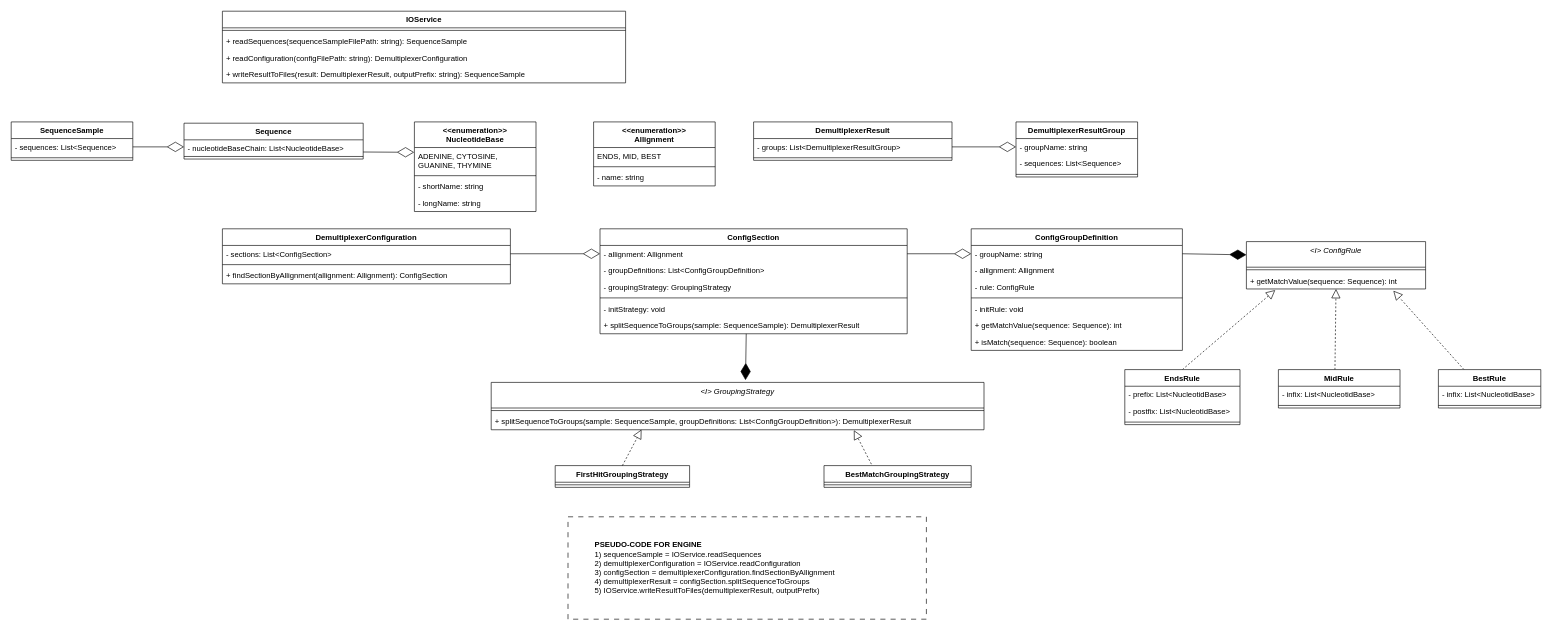
bodroghykristof/omixon-demultiplexer keeps this draw.io diagram as uml.drawio. Above is the earlier version. Source tidied: cells renumbered, new cells numbered last; positions are measured from the earlier drawing's top-left corner, leaving out a move shared by most shapes. Both pictures are drawn from the tidied source at 64%, with x=0, y=0 at pixel (11, 11).
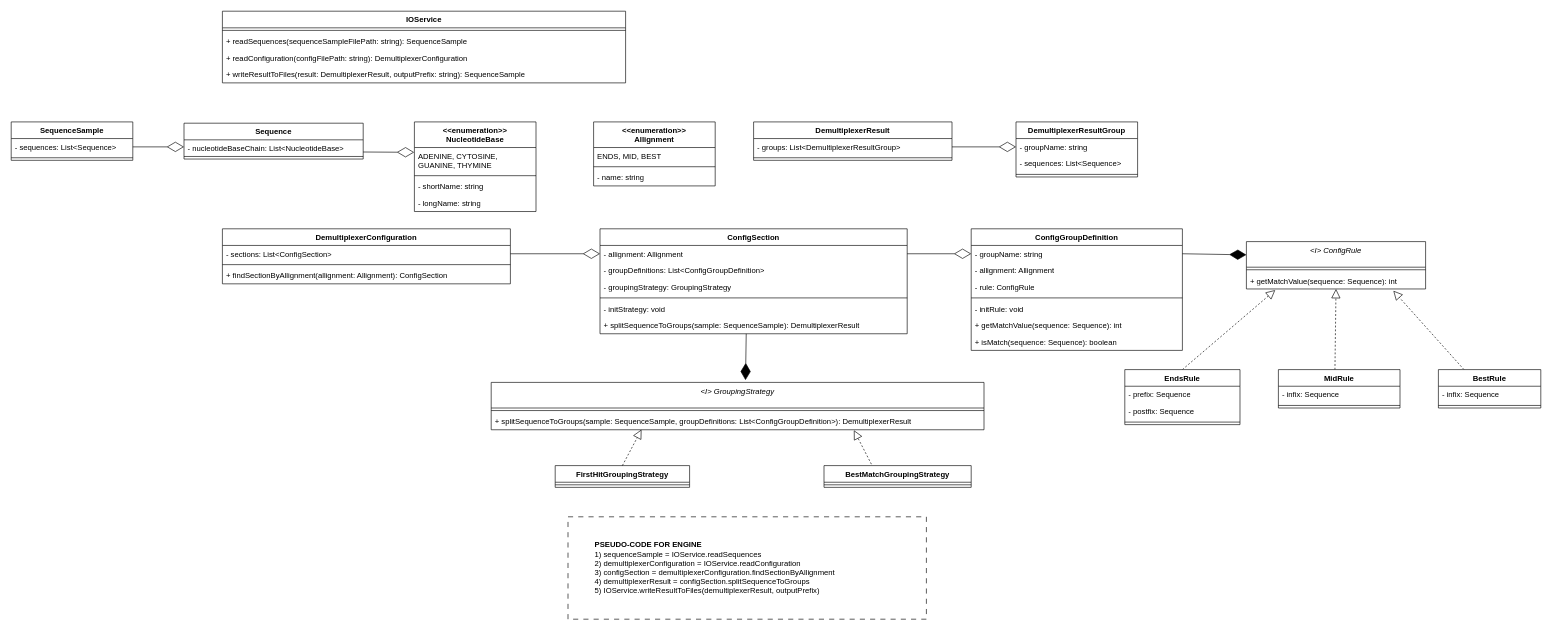
After the change.

Unchanged cells that the change refers to:
```xml
<mxCell id="64" value="&lt;span style=&quot;text-align: left;&quot;&gt;EndsRule&lt;/span&gt;" style="swimlane;fontStyle=1;align=center;verticalAlign=top;horizontal=1;startSize=26;whiteSpace=wrap;html=1;" parent="1" vertex="1">
  <mxGeometry x="1740" y="560" width="180" height="86" as="geometry" />
</mxCell>
<mxCell id="68" value="&lt;span style=&quot;text-align: left;&quot;&gt;MidRule&lt;/span&gt;" style="swimlane;fontStyle=1;align=center;verticalAlign=top;horizontal=1;startSize=26;whiteSpace=wrap;html=1;" parent="1" vertex="1">
  <mxGeometry x="1980" y="560" width="190" height="60" as="geometry" />
</mxCell>
<mxCell id="71" value="&lt;span style=&quot;text-align: left;&quot;&gt;BestRule&lt;/span&gt;" style="swimlane;fontStyle=1;align=center;verticalAlign=top;horizontal=1;startSize=26;whiteSpace=wrap;html=1;" parent="1" vertex="1">
  <mxGeometry x="2230" y="560" width="160" height="60" as="geometry" />
</mxCell>
```

What changed in the source:
```diff
@@
-    <mxCell id="65" value="- prefix: List&amp;lt;NucleotidBase&amp;gt;" style="text;strokeColor=none;fillColor=none;align=left;verticalAlign=top;spacingLeft=4;spacingRight=4;overflow=hidden;whiteSpace=wrap;html=1;" parent="64" vertex="1">
+    <mxCell id="65" value="- prefix: Sequence" style="text;strokeColor=none;fillColor=none;align=left;verticalAlign=top;spacingLeft=4;spacingRight=4;overflow=hidden;whiteSpace=wrap;html=1;" parent="64" vertex="1">
       <mxGeometry y="26" width="180" height="26" as="geometry" />
     </mxCell>
-    <mxCell id="66" value="- postfix: List&amp;lt;NucleotidBase&amp;gt;" style="text;strokeColor=none;fillColor=none;align=left;verticalAlign=top;spacingLeft=4;spacingRight=4;overflow=hidden;whiteSpace=wrap;html=1;" parent="64" vertex="1">
+    <mxCell id="66" value="- postfix: Sequence" style="text;strokeColor=none;fillColor=none;align=left;verticalAlign=top;spacingLeft=4;spacingRight=4;overflow=hidden;whiteSpace=wrap;html=1;" parent="64" vertex="1">
       <mxGeometry y="52" width="180" height="26" as="geometry" />
     </mxCell>
@@
-    <mxCell id="69" value="- infix: List&amp;lt;NucleotidBase&amp;gt;" style="text;strokeColor=none;fillColor=none;align=left;verticalAlign=top;spacingLeft=4;spacingRight=4;overflow=hidden;whiteSpace=wrap;html=1;" parent="68" vertex="1">
+    <mxCell id="69" value="- infix: Sequence" style="text;strokeColor=none;fillColor=none;align=left;verticalAlign=top;spacingLeft=4;spacingRight=4;overflow=hidden;whiteSpace=wrap;html=1;" parent="68" vertex="1">
       <mxGeometry y="26" width="190" height="26" as="geometry" />
     </mxCell>
@@
-    <mxCell id="72" value="- infix: List&amp;lt;NucleotidBase&amp;gt;" style="text;strokeColor=none;fillColor=none;align=left;verticalAlign=top;spacingLeft=4;spacingRight=4;overflow=hidden;whiteSpace=wrap;html=1;" parent="71" vertex="1">
+    <mxCell id="72" value="- infix: Sequence" style="text;strokeColor=none;fillColor=none;align=left;verticalAlign=top;spacingLeft=4;spacingRight=4;overflow=hidden;whiteSpace=wrap;html=1;" parent="71" vertex="1">
       <mxGeometry y="26" width="160" height="26" as="geometry" />
     </mxCell>
```
